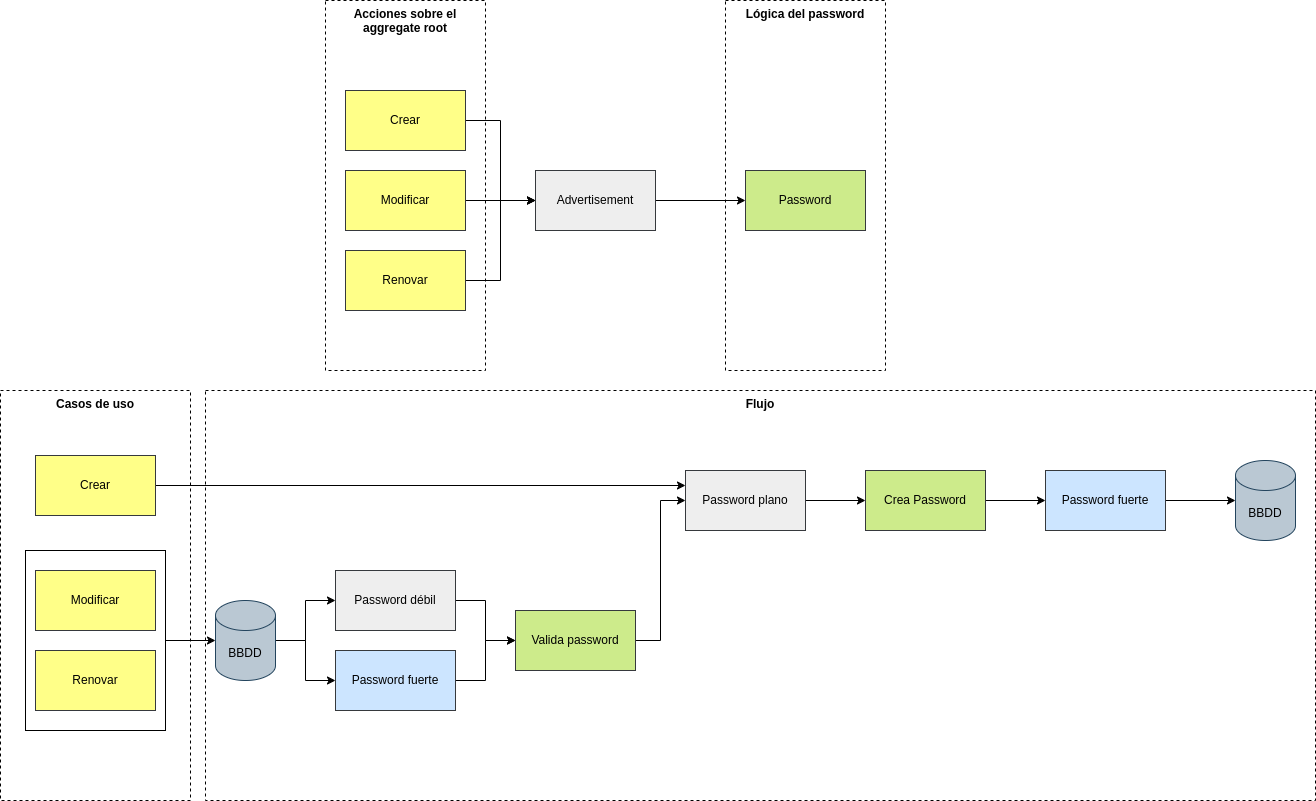
Earlier version of the draw.io export doc/flujo-cambio-password.drawio.png (faparicior/theddduniverse-workshop-the-power-of-value-objects). Source tidied: cells renumbered, new cells last; positions are measured from the earlier drawing's top-left corner, leaving out a move shared by most shapes.
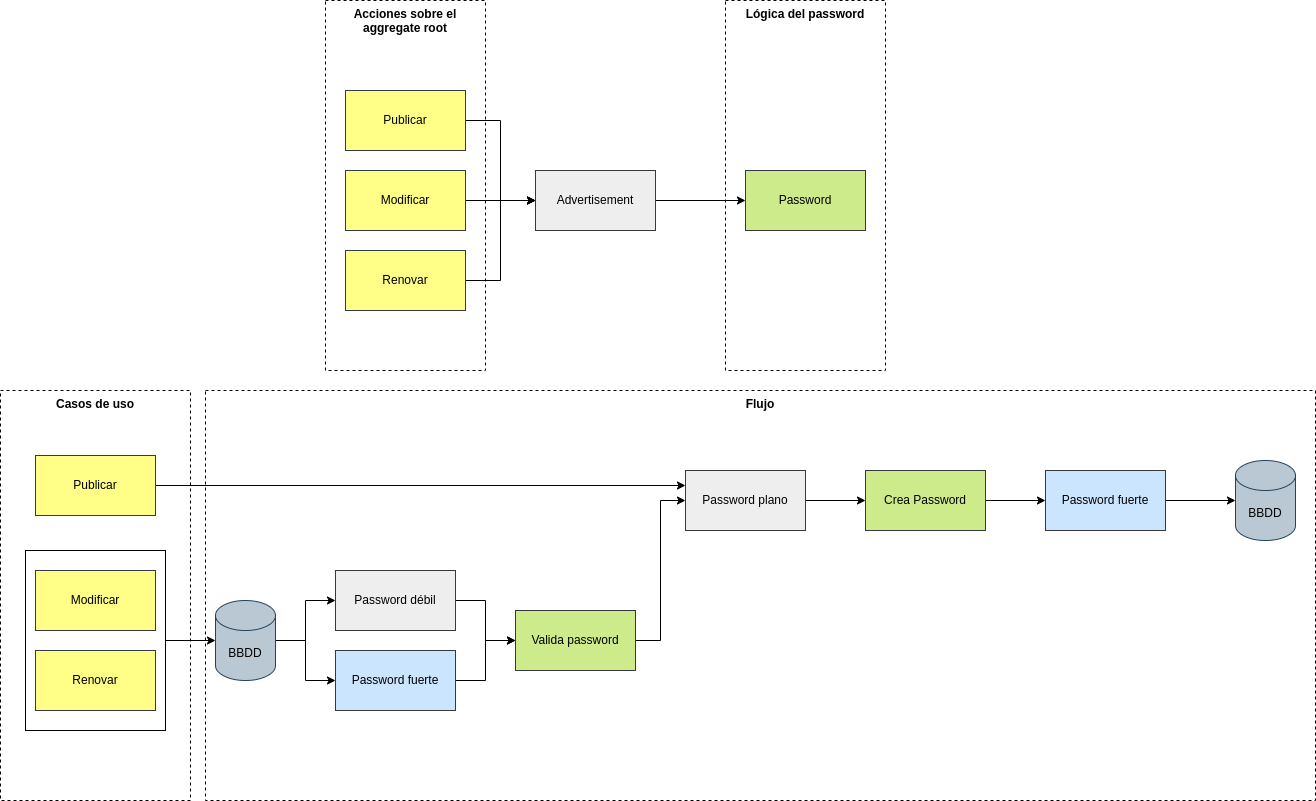
The same file after the commit.

Commit message:
Add solution scenario

Diff of the diagram source:
```diff
@@ -26,7 +26,7 @@
     <mxCell id="9" style="edgeStyle=orthogonalEdgeStyle;rounded=0;jettySize=auto;html=1;entryX=0;entryY=0.5;entryDx=0;entryDy=0;" parent="1" edge="1" source="10" target="16">
       <mxGeometry relative="1" as="geometry" />
     </mxCell>
-    <mxCell id="10" value="Crear" style="rounded=0;whiteSpace=wrap;html=1;fillColor=#ffff88;strokeColor=#36393d;" parent="1" vertex="1">
+    <mxCell id="10" value="Publicar" style="rounded=0;whiteSpace=wrap;html=1;fillColor=#ffff88;strokeColor=#36393d;" parent="1" vertex="1">
       <mxGeometry x="345" y="90" width="120" height="60" as="geometry" />
     </mxCell>
     <mxCell id="11" style="edgeStyle=orthogonalEdgeStyle;rounded=0;jettySize=auto;html=1;" parent="1" edge="1" source="12" target="16">
@@ -89,7 +89,7 @@
     <mxCell id="30" style="edgeStyle=orthogonalEdgeStyle;rounded=0;jettySize=auto;html=1;entryX=0;entryY=0.25;entryDx=0;entryDy=0;" parent="1" edge="1" source="31" target="29">
       <mxGeometry relative="1" as="geometry" />
     </mxCell>
-    <mxCell id="31" value="Crear" style="rounded=0;whiteSpace=wrap;html=1;fillColor=#ffff88;strokeColor=#36393d;" parent="1" vertex="1">
+    <mxCell id="31" value="Publicar" style="rounded=0;whiteSpace=wrap;html=1;fillColor=#ffff88;strokeColor=#36393d;" parent="1" vertex="1">
       <mxGeometry x="35" y="455" width="120" height="60" as="geometry" />
     </mxCell>
     <mxCell id="32" value="Modificar" style="rounded=0;whiteSpace=wrap;html=1;fillColor=#ffff88;strokeColor=#36393d;" parent="1" vertex="1">
```
